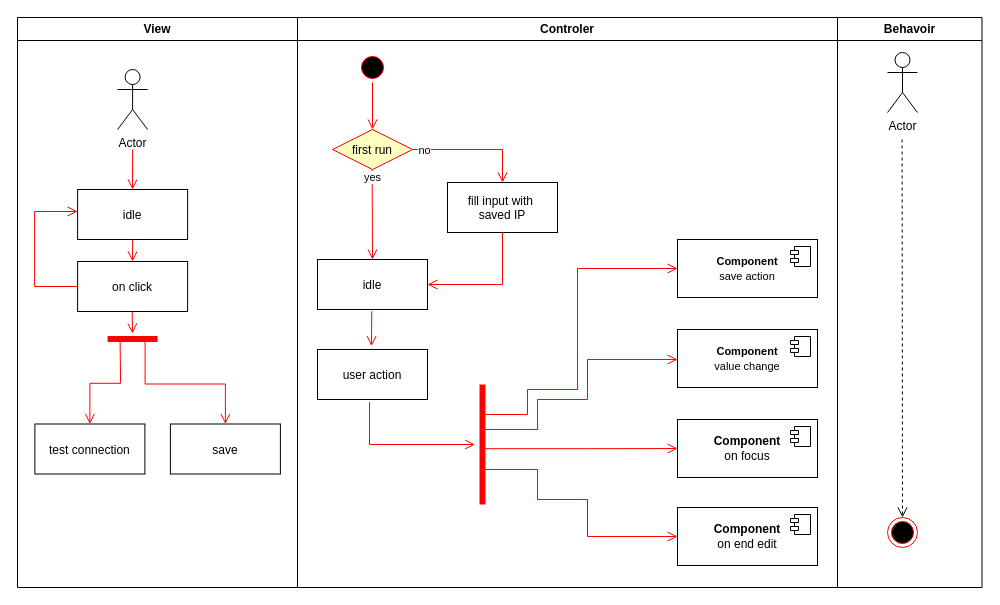
Earlier version of the draw.io diagram documentation/UI/General/ServerConfig.drawio (xalpol12/kuka-ar). Source tidied: cells renumbered, new cells numbered last; positions are measured from the earlier drawing's top-left corner, leaving out a move shared by most shapes. Both pictures are drawn from the tidied source at 100%, with x=0, y=0 at pixel (17, 17).
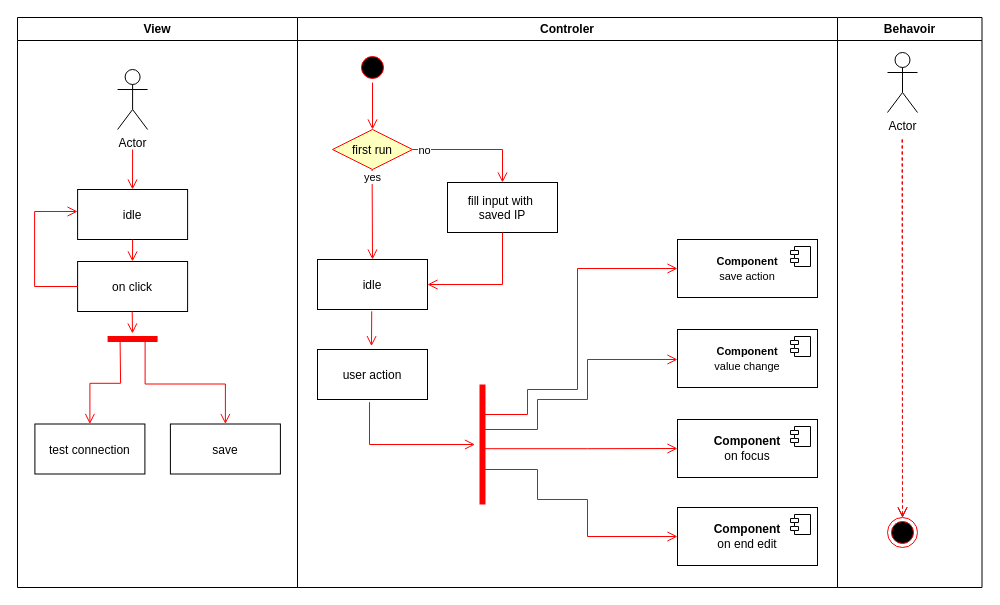
After the change.

The change refers to these unchanged cells:
```xml
<mxCell id="42" value="Behavoir" style="swimlane;whiteSpace=wrap;startSize=23;" parent="1" vertex="1">
  <mxGeometry x="820" width="144.5" height="570" as="geometry" />
</mxCell>
<mxCell id="43" style="ellipse;shape=endState;fillColor=#000000;strokeColor=#ff0000;" parent="42" vertex="1">
  <mxGeometry x="50" y="500" width="30" height="30" as="geometry" />
</mxCell>
```

Change to the diagram source:
```diff
@@
+    <mxCell id="46" style="edgeStyle=elbowEdgeStyle;elbow=horizontal;verticalAlign=bottom;endArrow=open;endSize=8;strokeColor=#FF0000;endFill=1;rounded=0;dashed=1;" parent="42" edge="1" target="43">
+      <mxGeometry x="-500" y="20" as="geometry">
+        <mxPoint x="65" y="122" as="sourcePoint" />
+      </mxGeometry>
+    </mxCell>
```
